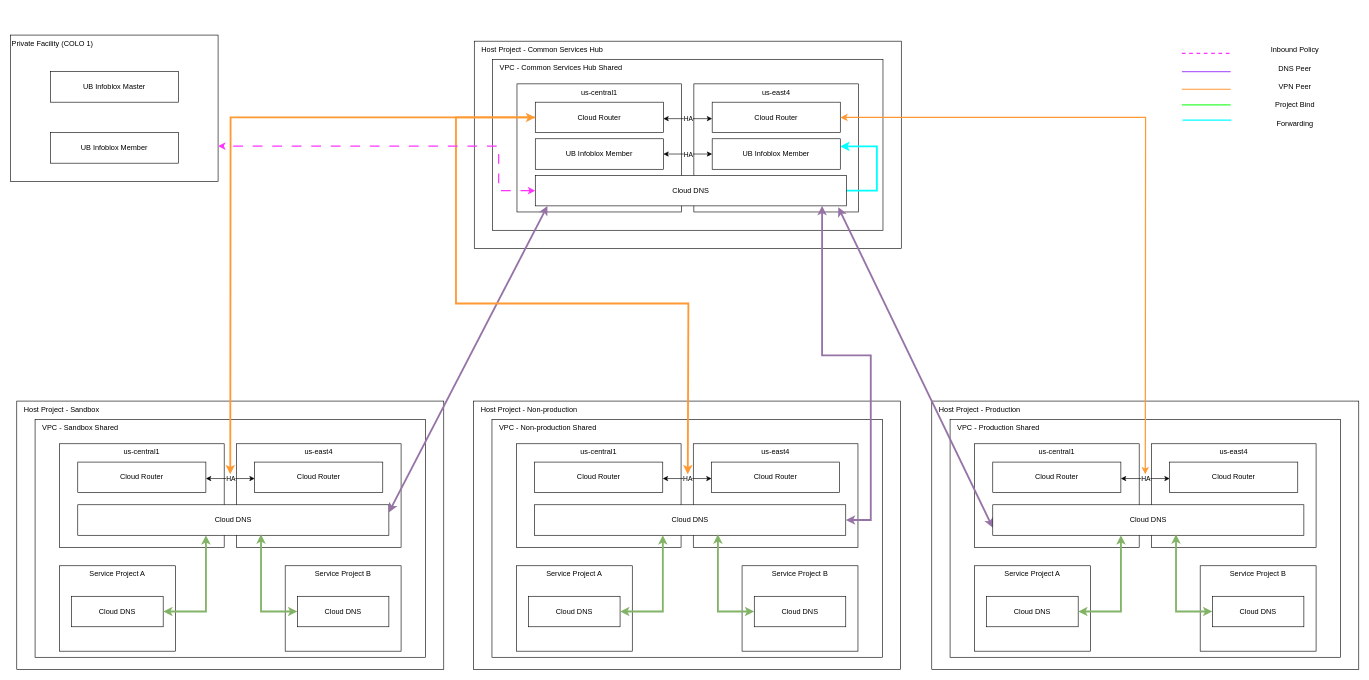
Earlier version of the draw.io diagram page "DNS - Level 1" (16 of 16) of disaster-recovery.drawio (bpayt2/temp). Source tidied: cells renumbered, new cells numbered last; positions are measured from the earlier drawing's top-left corner, leaving out a move shared by most shapes. Both pictures are drawn from the tidied source at 61%, with x=0, y=0 at pixel (10, 35).
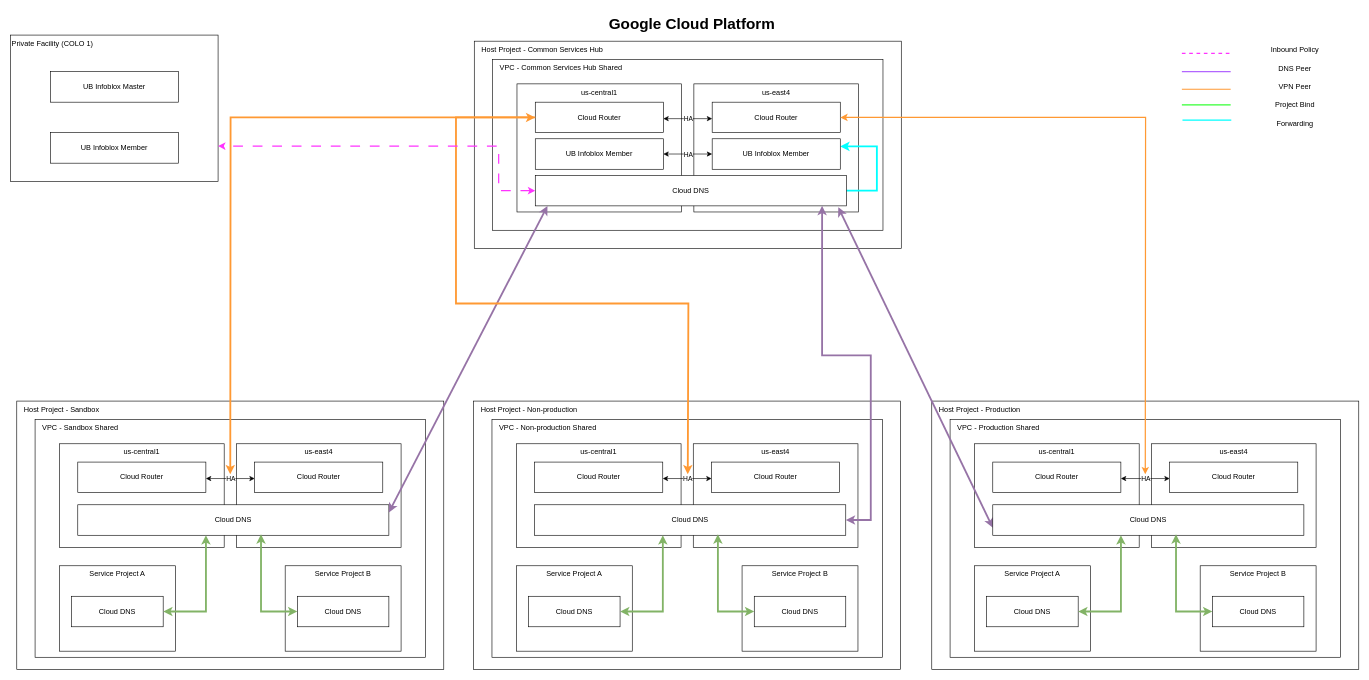
After the change.

Change to the diagram source:
```diff
@@
+    <mxCell id="81" value="&lt;b&gt;&lt;font style=&quot;font-size: 25px;&quot;&gt;Google Cloud Platform&amp;nbsp;&lt;/font&gt;&lt;/b&gt;" style="text;html=1;align=center;verticalAlign=middle;strokeColor=none;fillColor=none;" parent="1" vertex="1">
+      <mxGeometry x="970" y="-40" width="300" height="40" as="geometry" />
+    </mxCell>
```
